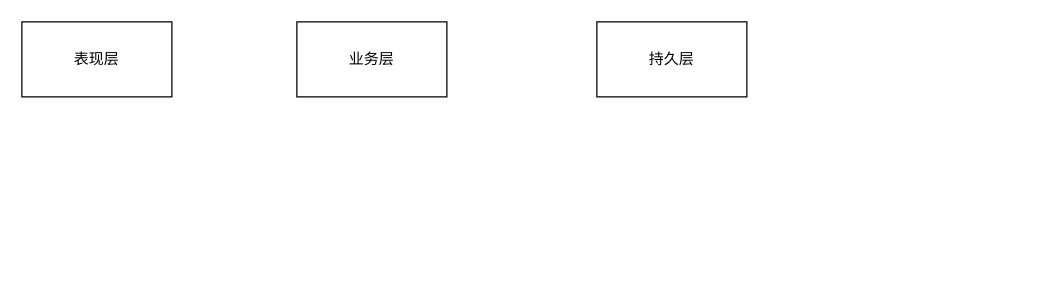
The draw.io diagram Untitled Diagram.drawio in ZachYann/draw, before the edit. Source tidied: cells renumbered, new cells numbered last; positions are measured from the earlier drawing's top-left corner, leaving out a move shared by most shapes. Both pictures are drawn from the tidied source at 125%, with x=0, y=0 at pixel (21, 21).
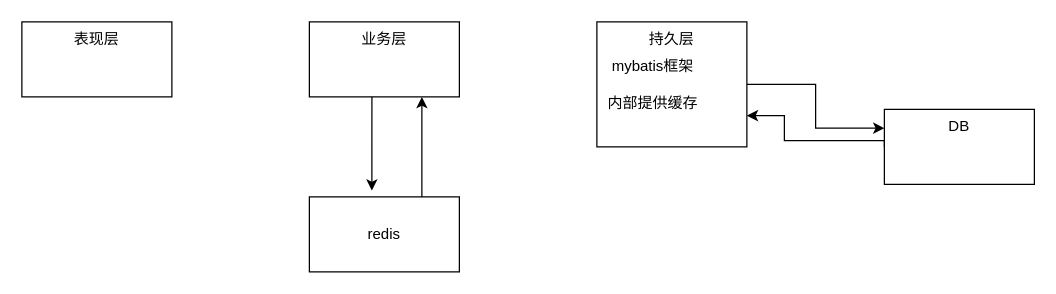
After the change.

Change to the diagram source:
```diff
@@
 <mxGraphModel>
   <root>
     <mxCell id="0" />
     <mxCell id="1" parent="0" />
-    <mxCell id="2" value="表现层" style="rounded=0;whiteSpace=wrap;html=1;" parent="1" vertex="1">
+    <mxCell id="2" value="表现层" style="rounded=0;whiteSpace=wrap;html=1;verticalAlign=top;" parent="1" vertex="1">
       <mxGeometry width="120" height="60" as="geometry" />
     </mxCell>
+    <mxCell id="5" style="edgeStyle=orthogonalEdgeStyle;rounded=0;jettySize=auto;html=1;exitX=0.417;exitY=0.983;exitDx=0;exitDy=0;exitPerimeter=0;" parent="1" edge="1" source="3">
+      <mxGeometry relative="1" as="geometry">
+        <mxPoint x="280" y="135" as="targetPoint" />
+      </mxGeometry>
+    </mxCell>
-    <mxCell id="3" value="业务层" style="rounded=0;whiteSpace=wrap;html=1;" parent="1" vertex="1">
-      <mxGeometry x="220" width="120" height="60" as="geometry" />
+    <mxCell id="3" value="业务层" style="rounded=0;whiteSpace=wrap;html=1;verticalAlign=top;" parent="1" vertex="1">
+      <mxGeometry x="230" width="120" height="60" as="geometry" />
     </mxCell>
+    <mxCell id="6" value="redis" style="rounded=0;whiteSpace=wrap;html=1;" parent="1" vertex="1">
+      <mxGeometry x="230" y="140" width="120" height="60" as="geometry" />
+    </mxCell>
+    <mxCell id="7" style="edgeStyle=orthogonalEdgeStyle;rounded=0;jettySize=auto;html=1;entryX=0;entryY=0.25;entryDx=0;entryDy=0;" parent="1" edge="1" source="4" target="9">
+      <mxGeometry relative="1" as="geometry">
+        <Array as="points">
+          <mxPoint x="635" y="50" />
+          <mxPoint x="635" y="85" />
+        </Array>
+      </mxGeometry>
+    </mxCell>
-    <mxCell id="4" value="持久层" style="rounded=0;whiteSpace=wrap;html=1;" parent="1" vertex="1">
-      <mxGeometry x="460" width="120" height="60" as="geometry" />
+    <mxCell id="4" value="持久层" style="rounded=0;whiteSpace=wrap;html=1;verticalAlign=top;" parent="1" vertex="1">
+      <mxGeometry x="460" width="120" height="100" as="geometry" />
     </mxCell>
+    <mxCell id="8" value="mybatis框架&lt;br&gt;&lt;br&gt;内部提供缓存" style="text;html=1;strokeColor=none;fillColor=none;align=center;verticalAlign=middle;whiteSpace=wrap;rounded=0;" parent="1" vertex="1">
+      <mxGeometry x="460" y="40" width="90" height="20" as="geometry" />
+    </mxCell>
+    <mxCell id="9" value="DB" style="rounded=0;whiteSpace=wrap;html=1;verticalAlign=top;" parent="1" vertex="1">
+      <mxGeometry x="690" y="70" width="120" height="60" as="geometry" />
+    </mxCell>
+    <mxCell id="10" style="edgeStyle=orthogonalEdgeStyle;rounded=0;jettySize=auto;html=1;entryX=0.75;entryY=1;entryDx=0;entryDy=0;exitX=0.75;exitY=0;exitDx=0;exitDy=0;" parent="1" edge="1" source="6" target="3">
+      <mxGeometry relative="1" as="geometry">
+        <Array as="points">
+          <mxPoint x="320" y="100" />
+          <mxPoint x="320" y="100" />
+        </Array>
+      </mxGeometry>
+    </mxCell>
+    <mxCell id="11" style="edgeStyle=orthogonalEdgeStyle;rounded=0;jettySize=auto;html=1;entryX=1;entryY=0.75;entryDx=0;entryDy=0;exitX=0;exitY=0.5;exitDx=0;exitDy=0;" parent="1" edge="1" source="9" target="4">
+      <mxGeometry relative="1" as="geometry">
+        <Array as="points">
+          <mxPoint x="690" y="95" />
+          <mxPoint x="610" y="95" />
+          <mxPoint x="610" y="75" />
+        </Array>
+      </mxGeometry>
+    </mxCell>
   </root>
 </mxGraphModel>
```
